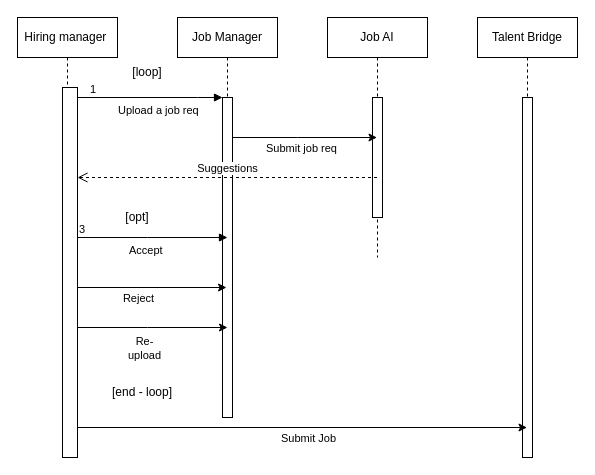
The draw.io diagram Usecases/drawio_files/hiringmanager-submission.drawio in SK11GS/Builders-Glitch, before the edit. Source tidied: cells renumbered, new cells numbered last; positions are measured from the earlier drawing's top-left corner, leaving out a move shared by most shapes. Both pictures are drawn from the tidied source at 100%, with x=0, y=0 at pixel (17, 17).
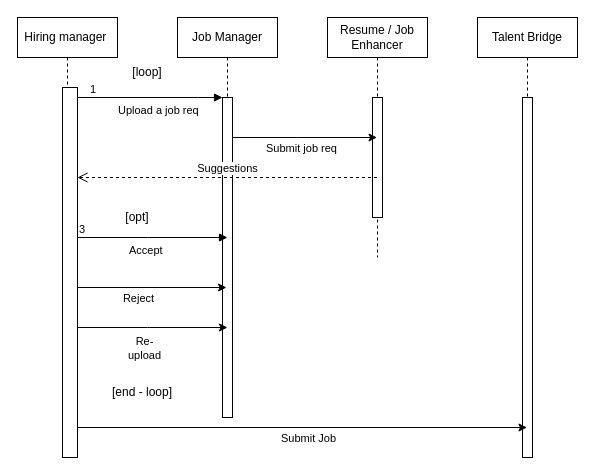
Above is the later version.

Change to the diagram source:
```diff
@@
-    <mxCell id="6" value="&lt;div&gt;Job AI&lt;/div&gt;" style="shape=umlLifeline;perimeter=lifelinePerimeter;whiteSpace=wrap;html=1;outlineConnect=0;portConstraint=eastwest;newEdgeStyle={&quot;edgeStyle&quot;:&quot;elbowEdgeStyle&quot;,&quot;elbow&quot;:&quot;vertical&quot;,&quot;curved&quot;:0,&quot;rounded&quot;:0};" parent="1" vertex="1">
+    <mxCell id="6" value="&lt;div&gt;Resume / Job Enhancer&lt;/div&gt;" style="shape=umlLifeline;perimeter=lifelinePerimeter;whiteSpace=wrap;html=1;outlineConnect=0;portConstraint=eastwest;newEdgeStyle={&quot;edgeStyle&quot;:&quot;elbowEdgeStyle&quot;,&quot;elbow&quot;:&quot;vertical&quot;,&quot;curved&quot;:0,&quot;rounded&quot;:0};" parent="1" vertex="1">
       <mxGeometry x="310" width="100" height="240" as="geometry" />
     </mxCell>
```
